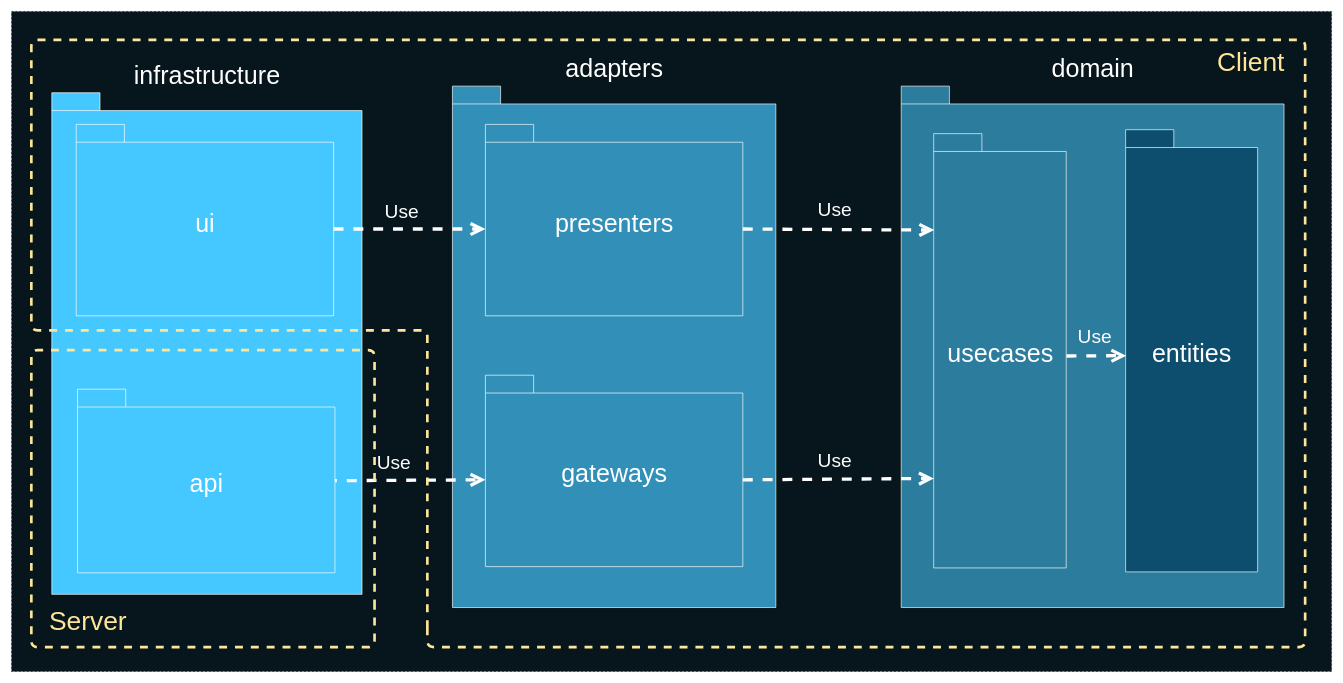
This is deck/ru/diagrams/packagesDependencies.drawio from AlexanderLapygin/ca-react-rest-api-starter, a draw.io file, before an edit. Source tidied: cells renumbered, new cells numbered last; positions are measured from the earlier drawing's top-left corner, leaving out a move shared by most shapes. Both pictures are drawn from the tidied source at 66%, with x=0, y=0 at pixel (11, 11).
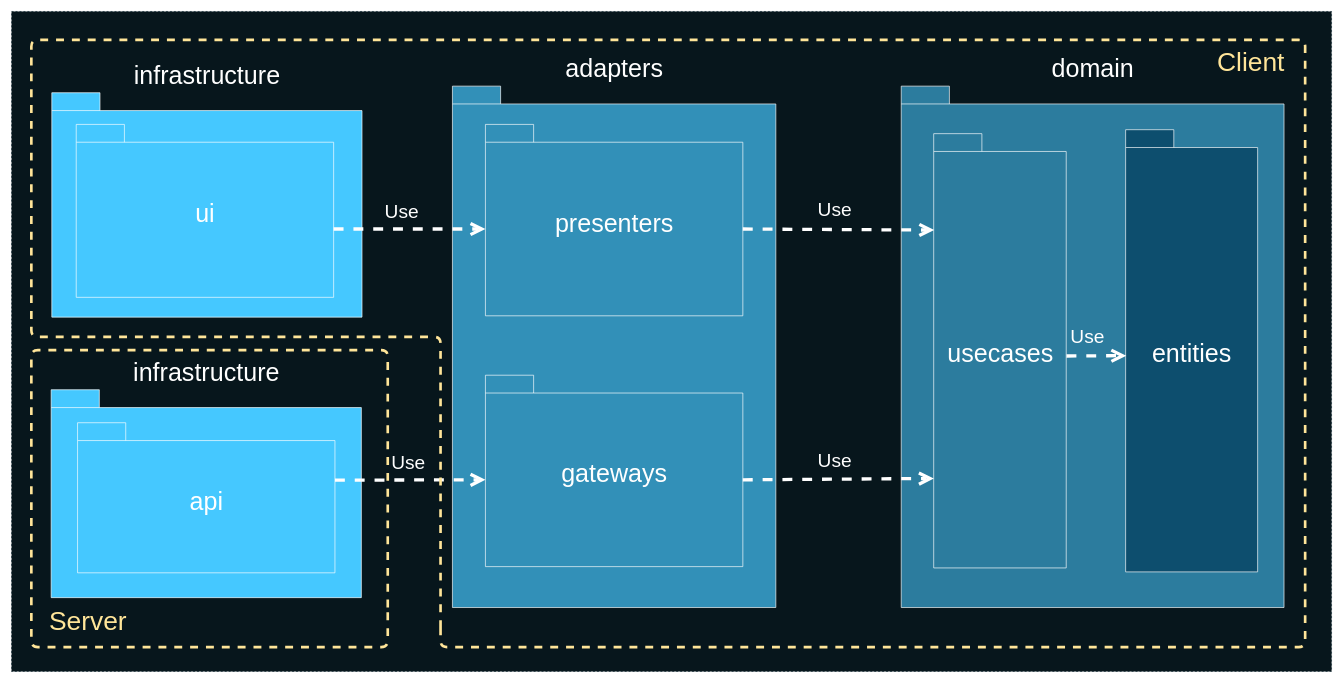
The same page after the edit.

The change refers to these unchanged cells:
```xml
<mxCell id="8" value="&lt;font color=&quot;#ffffff&quot; style=&quot;font-size: 38px&quot;&gt;gateways&lt;/font&gt;" style="shape=folder;fontStyle=0;spacingTop=10;tabWidth=73;tabHeight=27;tabPosition=left;html=1;strokeColor=#FFFFFF;fillColor=#3290B8;" parent="5" vertex="1">
  <mxGeometry x="50" y="438" width="390" height="290" as="geometry" />
</mxCell>
<mxCell id="9" style="group;" parent="1" vertex="1">
  <mxGeometry x="1348" y="113" width="580" height="790" as="geometry" />
</mxCell>
<mxCell id="11" value="&lt;font color=&quot;#ffffff&quot; style=&quot;font-size: 38px&quot;&gt;entities&lt;/font&gt;" style="shape=folder;fontStyle=0;spacingTop=10;tabWidth=73;tabHeight=27;tabPosition=left;html=1;strokeColor=#FFFFFF;fillColor=#0D4E6E;" parent="9" vertex="1">
  <mxGeometry x="340" y="66" width="200" height="670" as="geometry" />
</mxCell>
<mxCell id="12" value="&lt;font color=&quot;#ffffff&quot; style=&quot;font-size: 38px&quot;&gt;usecases&lt;/font&gt;" style="shape=folder;fontStyle=0;spacingTop=10;tabWidth=73;tabHeight=27;tabPosition=left;html=1;strokeColor=#FFFFFF;fillColor=#2C7C9E;" parent="9" vertex="1">
  <mxGeometry x="49.2" y="72" width="200.8" height="658" as="geometry" />
</mxCell>
<mxCell id="19" style="group;" parent="18" vertex="1">
  <mxGeometry x="10" width="1924" height="890" as="geometry" />
</mxCell>
<mxCell id="22" style="group;" parent="1" vertex="1">
  <mxGeometry x="60" y="513" width="484" height="390" as="geometry" />
</mxCell>
<mxCell id="24" style="group;" parent="22" vertex="1">
  <mxGeometry width="484" height="390" as="geometry" />
</mxCell>
```

What changed in the source:
```diff
@@
+    <mxCell id="27" value="&lt;font color=&quot;#ffffff&quot; style=&quot;font-size: 38px&quot;&gt;infrastructure&lt;/font&gt;" style="shape=folder;fontStyle=0;spacingTop=10;tabWidth=73;tabHeight=27;tabPosition=left;html=1;strokeColor=#FFFFFF;fillColor=#45C8FF;labelPosition=center;verticalLabelPosition=top;align=center;verticalAlign=bottom;" parent="1" vertex="1">
+      <mxGeometry x="60" y="573" width="470" height="315" as="geometry" />
+    </mxCell>
     <mxCell id="3" value="&lt;font color=&quot;#ffffff&quot; style=&quot;font-size: 38px&quot;&gt;infrastructure&lt;/font&gt;" style="shape=folder;fontStyle=0;spacingTop=10;tabWidth=73;tabHeight=27;tabPosition=left;html=1;strokeColor=#FFFFFF;fillColor=#45C8FF;labelPosition=center;verticalLabelPosition=top;align=center;verticalAlign=bottom;" parent="1" vertex="1">
-      <mxGeometry x="61" y="123" width="470" height="760" as="geometry" />
+      <mxGeometry x="61" y="123" width="470" height="340" as="geometry" />
     </mxCell>
     <mxCell id="4" value="&lt;font color=&quot;#ffffff&quot; style=&quot;font-size: 38px&quot;&gt;ui&lt;/font&gt;" style="shape=folder;fontStyle=0;spacingTop=10;tabWidth=73;tabHeight=27;tabPosition=left;html=1;strokeColor=#FFFFFF;fillColor=#45C8FF;" parent="1" vertex="1">
-      <mxGeometry x="98" y="171" width="390" height="290" as="geometry" />
+      <mxGeometry x="98" y="171" width="390" height="262" as="geometry" />
     </mxCell>
@@
     <mxCell id="13" value="Use" style="endArrow=open;endSize=12;dashed=1;html=1;strokeColor=#FFFFFF;strokeWidth=5;fontSize=29;fontColor=#FFFFFF;labelBackgroundColor=none;exitX=1.002;exitY=0.512;exitDx=0;exitDy=0;exitPerimeter=0;entryX=0.005;entryY=0.511;entryDx=0;entryDy=0;entryPerimeter=0;" parent="9" edge="1" source="12" target="11">
-      <mxGeometry x="-0.04" y="29" relative="1" as="geometry" />
+      <mxGeometry x="-0.3" y="29" relative="1" as="geometry" />
     </mxCell>
@@
-    <mxCell id="17" value="Use" style="endArrow=open;endSize=12;dashed=1;html=1;strokeColor=#FFFFFF;strokeWidth=5;fontSize=29;fontColor=#FFFFFF;entryX=0;entryY=0;entryDx=0;entryDy=158.5;entryPerimeter=0;exitX=0;exitY=0;exitDx=318;exitDy=139;labelBackgroundColor=none;exitPerimeter=0;" parent="1" edge="1" source="23" target="8">
-      <mxGeometry x="0.08" y="27" relative="1" as="geometry">
-        <mxPoint x="-1" as="offset" />
+    <mxCell id="17" value="Use" style="endArrow=open;endSize=12;dashed=1;html=1;strokeColor=#FFFFFF;strokeWidth=5;fontSize=29;fontColor=#FFFFFF;entryX=0;entryY=0;entryDx=0;entryDy=158.5;entryPerimeter=0;labelBackgroundColor=none;" parent="1" edge="1" target="8">
+      <mxGeometry x="-0.03" y="27" relative="1" as="geometry">
+        <mxPoint x="490" y="710" as="sourcePoint" />
       </mxGeometry>
     </mxCell>
@@
     <mxCell id="21" style="edgeStyle=segmentEdgeStyle;endArrow=none;html=1;strokeColor=#FFE599;strokeWidth=4;endFill=0;dashed=1;" parent="19" edge="1">
       <mxGeometry relative="1" as="geometry">
-        <mxPoint x="570" y="890" as="sourcePoint" />
-        <mxPoint x="570" y="890" as="targetPoint" />
+        <mxPoint x="590" y="890" as="sourcePoint" />
+        <mxPoint x="590" y="890" as="targetPoint" />
         <Array as="points">
-          <mxPoint x="570" y="890" />
-          <mxPoint x="570" y="920" />
+          <mxPoint x="590" y="890" />
+          <mxPoint x="590" y="920" />
           <mxPoint x="1900" y="920" />
           <mxPoint x="1900" />
           <mxPoint x="-30" />
-          <mxPoint x="-30" y="440" />
-          <mxPoint x="570" y="440" />
-          <mxPoint x="570" y="890" />
+          <mxPoint x="-30" y="450" />
+          <mxPoint x="590" y="450" />
+          <mxPoint x="590" y="890" />
         </Array>
       </mxGeometry>
     </mxCell>
@@
     <mxCell id="23" value="&lt;font color=&quot;#ffffff&quot; style=&quot;font-size: 38px;&quot;&gt;api&lt;/font&gt;" style="shape=folder;fontStyle=0;spacingTop=10;tabWidth=73;tabHeight=27;tabPosition=left;html=1;strokeColor=#FFFFFF;fillColor=#45C8FF;" parent="22" vertex="1">
-      <mxGeometry x="40" y="59.2" width="390" height="278.2" as="geometry" />
+      <mxGeometry x="40" y="110" width="390" height="227.4" as="geometry" />
     </mxCell>
@@
     <mxCell id="25" style="edgeStyle=segmentEdgeStyle;endArrow=none;html=1;strokeColor=#FFE599;strokeWidth=4;endFill=0;dashed=1;" parent="24" edge="1">
       <mxGeometry relative="1" as="geometry">
-        <mxPoint x="490" y="390" as="sourcePoint" />
-        <mxPoint x="490" y="390" as="targetPoint" />
+        <mxPoint x="510" y="390" as="sourcePoint" />
+        <mxPoint x="510" y="390" as="targetPoint" />
         <Array as="points">
-          <mxPoint x="490" y="390" />
-          <mxPoint x="490" />
+          <mxPoint x="510" y="390" />
+          <mxPoint x="510" />
           <mxPoint x="-30" />
           <mxPoint x="-30" y="450" />
-          <mxPoint x="490" y="450" />
-          <mxPoint x="490" y="390" />
+          <mxPoint x="510" y="450" />
+          <mxPoint x="510" y="390" />
         </Array>
       </mxGeometry>
     </mxCell>
```
